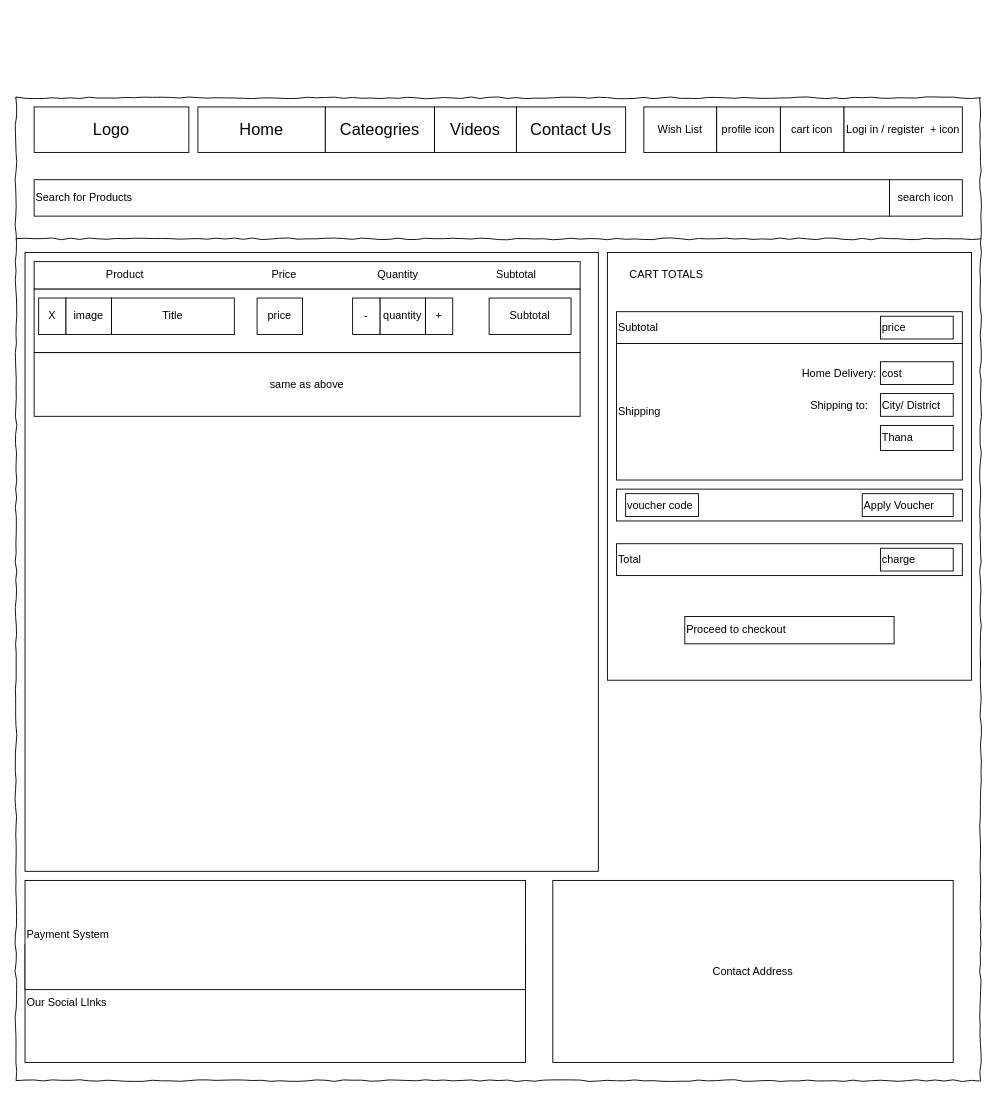
Earlier version of the draw.io diagram StoryBoards/ProductDetailsPage.drawio (ARTushar/onlineshop-frontend). Source tidied: cells renumbered, new cells numbered last; positions are measured from the earlier drawing's top-left corner, leaving out a move shared by most shapes. Both pictures are drawn from the tidied source at 91%, with x=0, y=0 at pixel (15, 97).
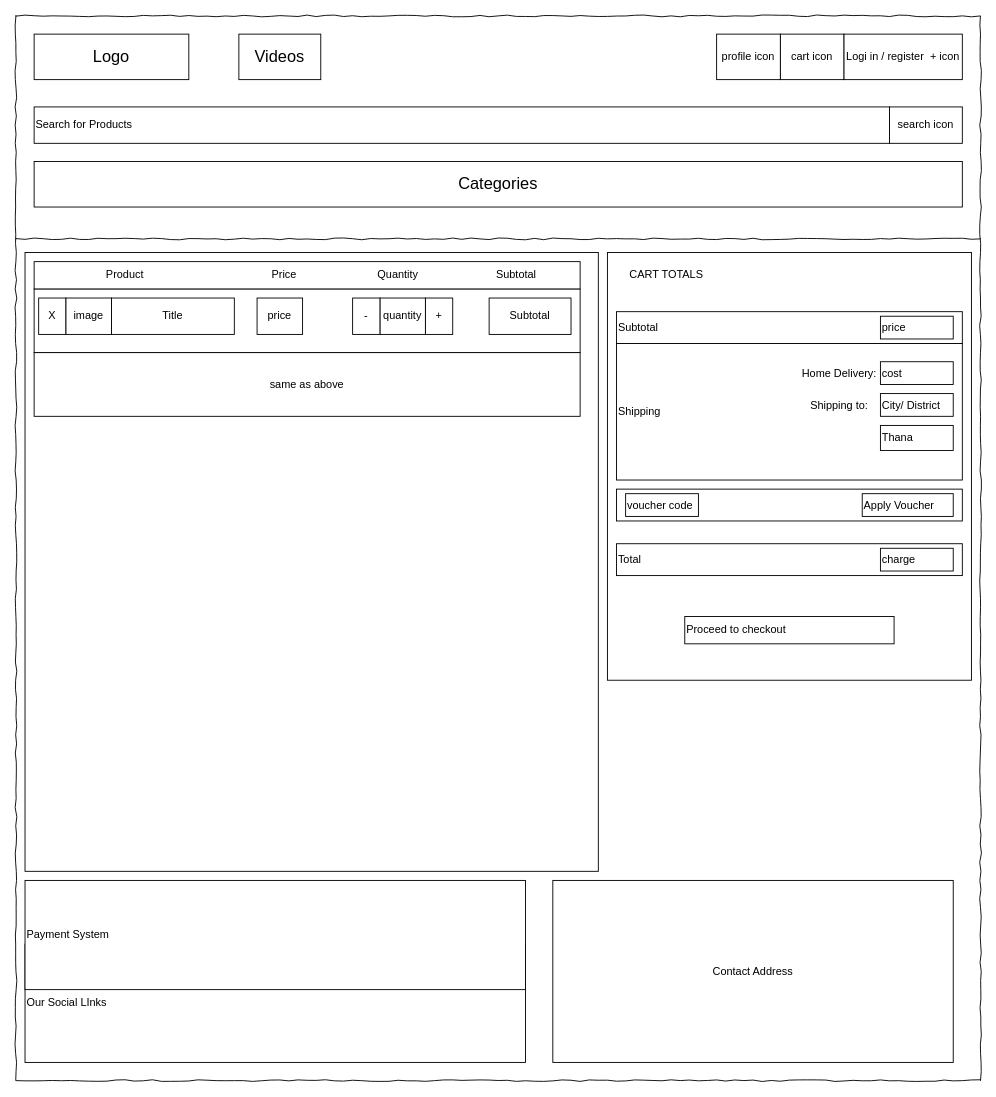
Above is the later version.

Change to the diagram source:
```diff
@@
     <mxCell id="2" style="whiteSpace=wrap;html=1;rounded=0;shadow=0;labelBackgroundColor=none;strokeColor=#000000;strokeWidth=1;fillColor=none;fontFamily=Verdana;fontSize=12;fontColor=#000000;align=center;comic=1;" parent="1" vertex="1">
-      <mxGeometry width="1060" height="1080" as="geometry" />
+      <mxGeometry y="-90" width="1060" height="1170" as="geometry" />
     </mxCell>
@@
     <mxCell id="4" value="&lt;font style=&quot;font-size: 18px&quot;&gt;Logo&lt;/font&gt;" style="rounded=0;whiteSpace=wrap;html=1;" parent="1" vertex="1">
-      <mxGeometry x="20" y="10" width="170" height="50" as="geometry" />
+      <mxGeometry x="20" y="-70" width="170" height="50" as="geometry" />
     </mxCell>
     <mxCell id="5" value="cart icon" style="rounded=0;whiteSpace=wrap;html=1;" parent="1" vertex="1">
-      <mxGeometry x="840" y="10" width="70" height="50" as="geometry" />
+      <mxGeometry x="840" y="-70" width="70" height="50" as="geometry" />
     </mxCell>
     <mxCell id="6" value="Logi in / register&amp;nbsp; + icon" style="rounded=0;whiteSpace=wrap;html=1;" parent="1" vertex="1">
-      <mxGeometry x="910" y="10" width="130" height="50" as="geometry" />
+      <mxGeometry x="910" y="-70" width="130" height="50" as="geometry" />
     </mxCell>
-    <mxCell id="7" value="&lt;font style=&quot;font-size: 18px&quot;&gt;Home&lt;/font&gt;" style="rounded=0;whiteSpace=wrap;html=1;" parent="1" vertex="1">
-      <mxGeometry x="200" y="10" width="140" height="50" as="geometry" />
-    </mxCell>
-    <mxCell id="8" value="&lt;font style=&quot;font-size: 18px&quot;&gt;Cateogries&lt;/font&gt;" style="rounded=0;whiteSpace=wrap;html=1;" parent="1" vertex="1">
-      <mxGeometry x="340" y="10" width="120" height="50" as="geometry" />
-    </mxCell>
     <mxCell id="9" value="&lt;font style=&quot;font-size: 18px&quot;&gt;Videos&lt;/font&gt;" style="rounded=0;whiteSpace=wrap;html=1;" parent="1" vertex="1">
-      <mxGeometry x="460" y="10" width="90" height="50" as="geometry" />
+      <mxGeometry x="245" y="-70" width="90" height="50" as="geometry" />
     </mxCell>
     <mxCell id="10" value="profile icon" style="rounded=0;whiteSpace=wrap;html=1;" parent="1" vertex="1">
-      <mxGeometry x="770" y="10" width="70" height="50" as="geometry" />
+      <mxGeometry x="770" y="-70" width="70" height="50" as="geometry" />
     </mxCell>
-    <mxCell id="11" value="Wish List" style="rounded=0;whiteSpace=wrap;html=1;" parent="1" vertex="1">
-      <mxGeometry x="690" y="10" width="80" height="50" as="geometry" />
-    </mxCell>
-    <mxCell id="12" value="&lt;font style=&quot;font-size: 18px&quot;&gt;Contact Us&lt;/font&gt;" style="rounded=0;whiteSpace=wrap;html=1;" parent="1" vertex="1">
-      <mxGeometry x="550" y="10" width="120" height="50" as="geometry" />
-    </mxCell>
@@
     <mxCell id="16" value="Search for Products" style="rounded=0;whiteSpace=wrap;html=1;align=left;" parent="1" vertex="1">
-      <mxGeometry x="20" y="90" width="940" height="40" as="geometry" />
+      <mxGeometry x="20" y="10" width="940" height="40" as="geometry" />
     </mxCell>
     <mxCell id="17" value="search icon" style="rounded=0;whiteSpace=wrap;html=1;" parent="1" vertex="1">
-      <mxGeometry x="960" y="90" width="80" height="40" as="geometry" />
+      <mxGeometry x="960" y="10" width="80" height="40" as="geometry" />
     </mxCell>
@@
+    <mxCell id="50" value="&lt;font style=&quot;font-size: 18px&quot;&gt;Categories&lt;/font&gt;" style="rounded=0;whiteSpace=wrap;html=1;" parent="1" vertex="1">
+      <mxGeometry x="20" y="70" width="1020" height="50" as="geometry" />
+    </mxCell>
```
